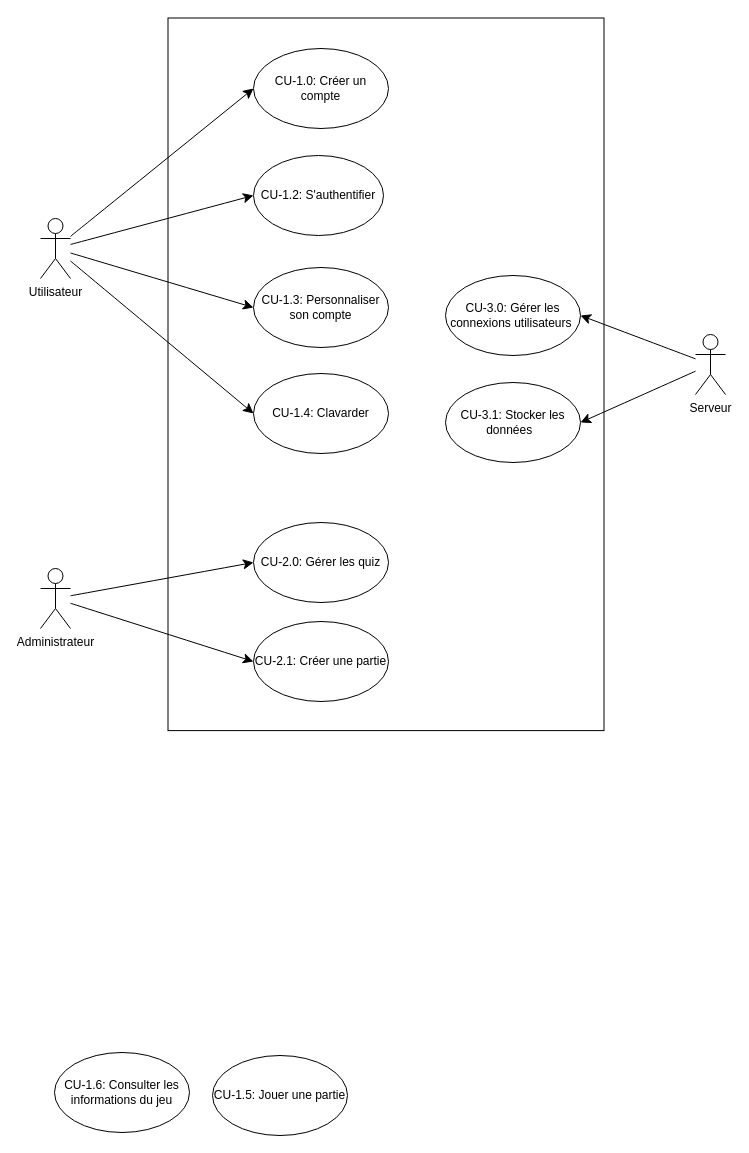
Before: page "Page-1" (1 of 4) of Diagramme sans nom.drawio in Andreea-Maria1/uml-projet3, a draw.io diagram. Source tidied: cells renumbered, new cells numbered last; positions are measured from the earlier drawing's top-left corner, leaving out a move shared by most shapes. Both pictures are drawn from the tidied source at 100%, with x=0, y=0 at pixel (29, 48).
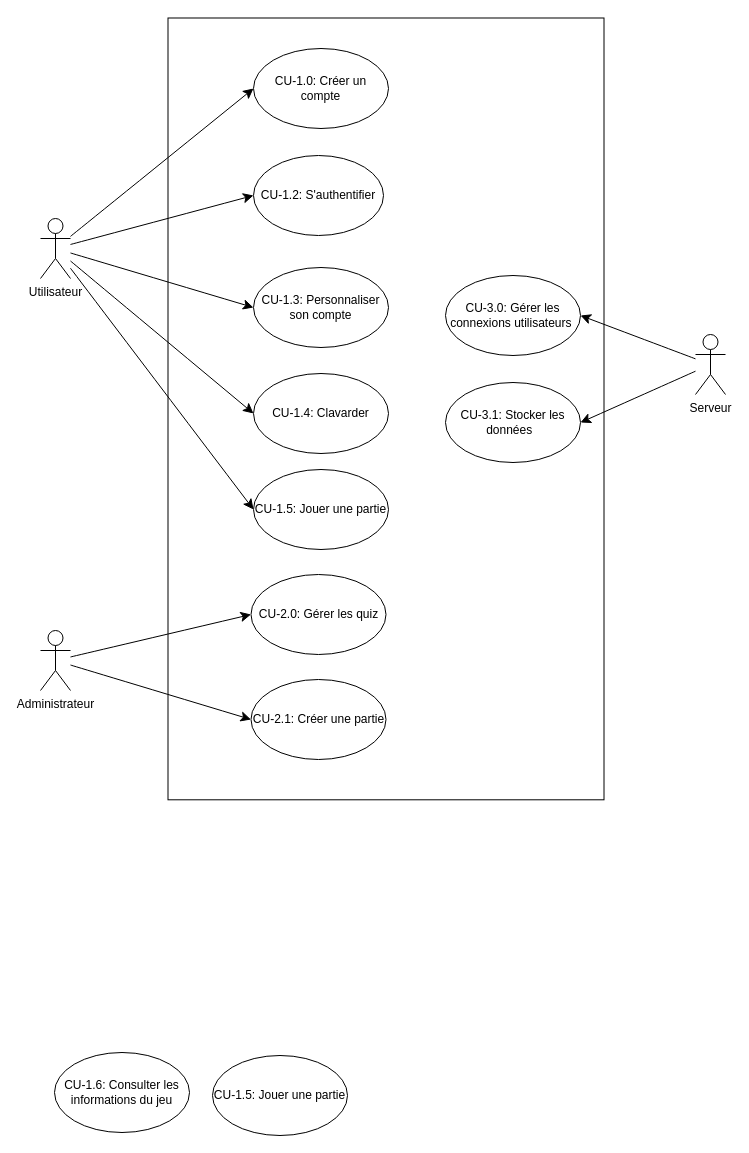
The same page after the edit.

Commit message:
diagram de context

Unchanged cells that the change refers to:
```xml
<mxCell id="7" value="Utilisateur" style="shape=umlActor;verticalLabelPosition=bottom;verticalAlign=top;html=1;outlineConnect=0;" parent="1" vertex="1">
  <mxGeometry x="11" y="170" width="30" height="60" as="geometry" />
</mxCell>
```

What changed in the source:
```diff
@@
     <mxCell id="2" style="rounded=0;whiteSpace=wrap;html=1;rotation=90;" parent="1" vertex="1">
-      <mxGeometry x="0.2" y="107.8" width="712.6" height="436" as="geometry" />
+      <mxGeometry x="-34.4" y="142.4" width="781.8" height="436" as="geometry" />
     </mxCell>
@@
+    <mxCell id="24" style="edgeStyle=none;curved=1;rounded=0;jettySize=auto;html=1;entryX=0;entryY=0.5;entryDx=0;entryDy=0;fontSize=12;startSize=8;endSize=8;" parent="1" edge="1" source="7" target="25">
+      <mxGeometry relative="1" as="geometry" />
+    </mxCell>
@@
     <mxCell id="10" value="Administrateur" style="shape=umlActor;verticalLabelPosition=bottom;verticalAlign=top;html=1;outlineConnect=0;" parent="1" vertex="1">
-      <mxGeometry x="11" y="520" width="30" height="60" as="geometry" />
+      <mxGeometry x="11" y="582" width="30" height="60" as="geometry" />
     </mxCell>
@@
     <mxCell id="19" value="CU-2.0: Gérer les quiz" style="ellipse;whiteSpace=wrap;html=1;" parent="1" vertex="1">
-      <mxGeometry x="224" y="474" width="135" height="80" as="geometry" />
+      <mxGeometry x="221.5" y="526" width="135" height="80" as="geometry" />
     </mxCell>
     <mxCell id="20" value="CU-2.1: Créer une partie" style="ellipse;whiteSpace=wrap;html=1;" parent="1" vertex="1">
-      <mxGeometry x="224" y="573" width="135" height="80" as="geometry" />
+      <mxGeometry x="221.5" y="631" width="135" height="80" as="geometry" />
     </mxCell>
@@
+    <mxCell id="25" value="CU-1.5: Jouer une partie" style="ellipse;whiteSpace=wrap;html=1;" parent="1" vertex="1">
+      <mxGeometry x="224" y="421" width="135" height="80" as="geometry" />
+    </mxCell>
```
